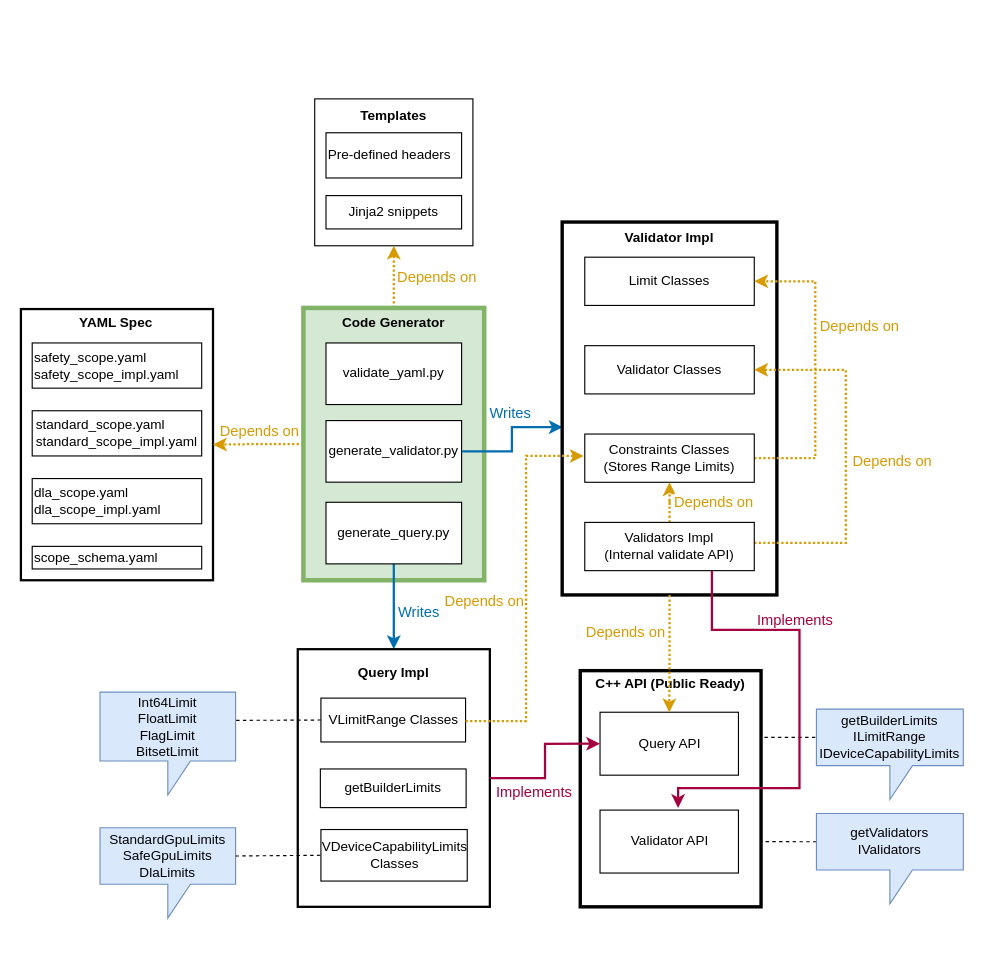
This is codegen.drawio from jzmini/drawio, a draw.io file, before an edit. Source tidied: cells renumbered, new cells numbered last; positions are measured from the earlier drawing's top-left corner, leaving out a move shared by most shapes. Both pictures are drawn from the tidied source at 113%, with x=0, y=0 at pixel (20, 98).
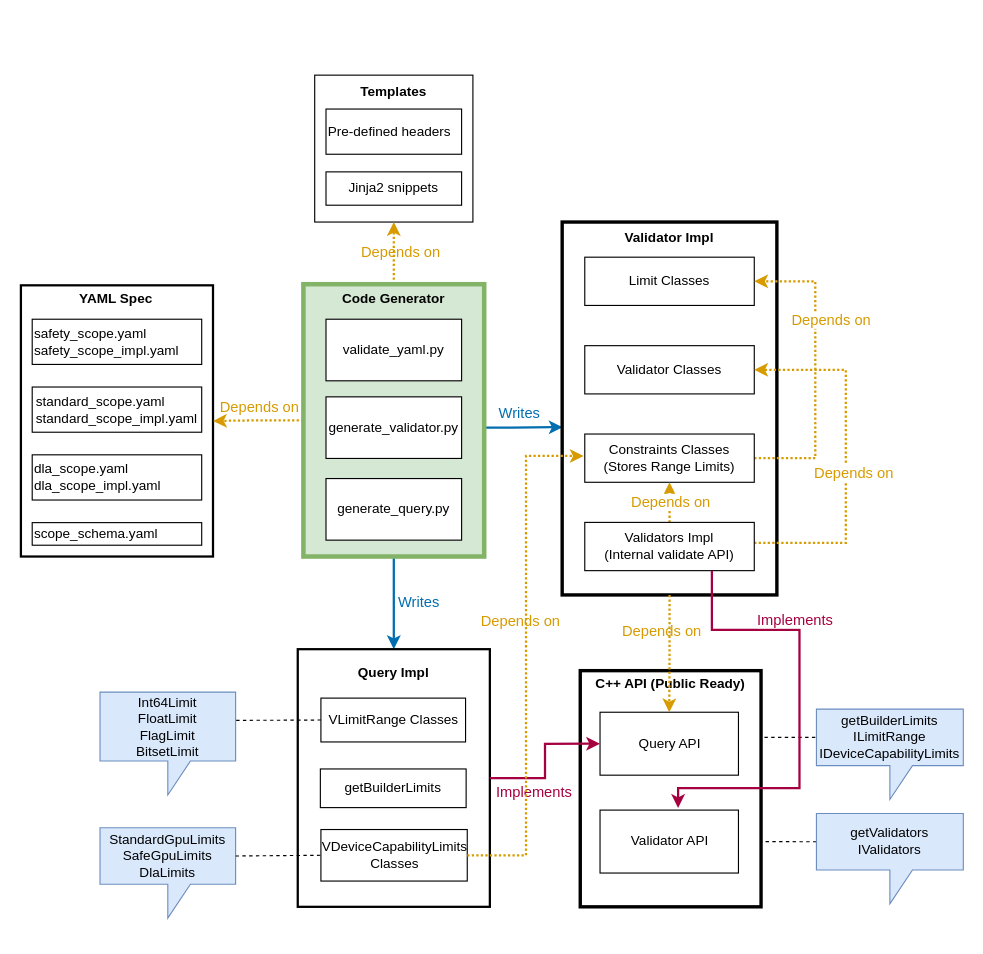
The same diagram, later.

Unchanged cells that the change refers to:
```xml
<mxCell id="15" style="edgeStyle=orthogonalEdgeStyle;rounded=0;jettySize=auto;html=1;entryX=0.5;entryY=1;entryDx=0;entryDy=0;labelBackgroundColor=none;fontColor=default;fillColor=#ffe6cc;strokeColor=#d79b00;strokeWidth=2;dashed=1;dashPattern=1 1;" parent="1" edge="1" source="20" target="4">
  <mxGeometry relative="1" as="geometry" />
</mxCell>
<mxCell id="41" value="VDeviceCapabilityLimits Classes" style="rounded=0;whiteSpace=wrap;html=1;align=center;labelBackgroundColor=none;" parent="38" vertex="1">
  <mxGeometry x="20.5" y="159.6" width="129.5" height="45.6" as="geometry" />
</mxCell>
<mxCell id="52" style="edgeStyle=orthogonalEdgeStyle;rounded=0;jettySize=auto;html=1;entryX=1;entryY=0.5;entryDx=0;entryDy=0;strokeWidth=2;strokeColor=#D79B00;dashed=1;dashPattern=1 1;" parent="1" edge="1" source="54" target="50">
  <mxGeometry relative="1" as="geometry">
    <Array as="points">
      <mxPoint x="703" y="318" />
      <mxPoint x="703" y="162" />
    </Array>
  </mxGeometry>
</mxCell>
<mxCell id="55" style="edgeStyle=orthogonalEdgeStyle;rounded=0;jettySize=auto;html=1;exitX=0.5;exitY=0;exitDx=0;exitDy=0;dashed=1;dashPattern=1 1;strokeWidth=2;strokeColor=#D79B00;" parent="1" edge="1" source="59" target="54">
  <mxGeometry relative="1" as="geometry" />
</mxCell>
<mxCell id="57" style="edgeStyle=orthogonalEdgeStyle;rounded=0;jettySize=auto;html=1;strokeWidth=2;dashed=1;dashPattern=1 1;strokeColor=#D79B00;entryX=1;entryY=0.5;entryDx=0;entryDy=0;" parent="1" edge="1" target="51">
  <mxGeometry relative="1" as="geometry">
    <mxPoint x="648" y="396.1" as="sourcePoint" />
    <Array as="points">
      <mxPoint x="648" y="393" />
      <mxPoint x="730" y="393" />
      <mxPoint x="730" y="240" />
    </Array>
  </mxGeometry>
</mxCell>
<mxCell id="62" style="edgeStyle=orthogonalEdgeStyle;rounded=0;jettySize=auto;html=1;exitX=0.5;exitY=1;exitDx=0;exitDy=0;labelBackgroundColor=none;fontColor=default;fillColor=#ffe6cc;strokeColor=#d79b00;entryX=0.5;entryY=0;entryDx=0;entryDy=0;strokeWidth=2;dashed=1;dashPattern=1 1;" parent="1" edge="1" source="49" target="35">
  <mxGeometry relative="1" as="geometry">
    <Array as="points">
      <mxPoint x="574" y="491" />
    </Array>
  </mxGeometry>
</mxCell>
```

The edit, as a diff of the source:
```diff
@@
     <mxCell id="2" style="group;labelBackgroundColor=none;" parent="1" vertex="1">
-      <mxGeometry x="260" width="140" height="130" as="geometry" />
+      <mxGeometry x="260" y="-13" width="140" height="130" as="geometry" />
     </mxCell>
     <mxCell id="3" style="group;labelBackgroundColor=none;" parent="2" vertex="1">
-      <mxGeometry width="140" height="130" as="geometry" />
+      <mxGeometry y="-8" width="140" height="130" as="geometry" />
     </mxCell>
@@
+    <mxCell id="66" style="group;" parent="3" vertex="1">
+      <mxGeometry x="10" y="30" width="120" height="85.1" as="geometry" />
+    </mxCell>
-    <mxCell id="5" value="Pre-defined headers" style="rounded=0;whiteSpace=wrap;html=1;align=left;labelBackgroundColor=none;" parent="3" vertex="1">
-      <mxGeometry x="10" y="30" width="120" height="40" as="geometry" />
+    <mxCell id="5" value="Pre-defined headers" style="rounded=0;whiteSpace=wrap;html=1;align=left;labelBackgroundColor=none;" parent="66" vertex="1">
+      <mxGeometry width="120" height="40" as="geometry" />
     </mxCell>
-    <mxCell id="6" value="&lt;div style=&quot;text-align: left;&quot;&gt;Jinja2 snippets&lt;br&gt;&lt;/div&gt;" style="rounded=0;whiteSpace=wrap;html=1;labelBackgroundColor=none;" parent="3" vertex="1">
-      <mxGeometry x="10" y="85.6" width="120" height="29.5" as="geometry" />
+    <mxCell id="6" value="&lt;div style=&quot;text-align: left;&quot;&gt;Jinja2 snippets&lt;br&gt;&lt;/div&gt;" style="rounded=0;whiteSpace=wrap;html=1;labelBackgroundColor=none;" parent="66" vertex="1">
+      <mxGeometry y="55.6" width="120" height="29.5" as="geometry" />
     </mxCell>
+    <mxCell id="14" style="group;labelBackgroundColor=none;strokeWidth=3;" parent="3" vertex="1">
+      <mxGeometry x="-4" y="-49" width="140" height="130" as="geometry" />
+    </mxCell>
     <mxCell id="7" style="group;labelBackgroundColor=none;strokeWidth=3;" parent="1" vertex="1">
-      <mxGeometry y="186" width="170" height="240" as="geometry" />
+      <mxGeometry y="165" width="170" height="240" as="geometry" />
     </mxCell>
@@
-    <mxCell id="14" style="group;labelBackgroundColor=none;strokeWidth=3;" parent="1" vertex="1">
-      <mxGeometry x="260" width="140" height="130" as="geometry" />
-    </mxCell>
@@
     <mxCell id="16" value="Depends on" style="edgeLabel;html=1;align=center;verticalAlign=middle;labelBackgroundColor=none;fontSize=13;fontColor=#D79B00;" parent="15" vertex="1">
       <mxGeometry y="-1" relative="1" as="geometry">
-        <mxPoint x="36" as="offset" />
+        <mxPoint x="4" y="-2" as="offset" />
       </mxGeometry>
     </mxCell>
@@
-    <mxCell id="20" value="&lt;div style=&quot;text-align: left;&quot;&gt;&lt;b&gt;&lt;br&gt;&lt;/b&gt;&lt;/div&gt;&lt;div style=&quot;text-align: left;&quot;&gt;&lt;b&gt;Code Generator&lt;/b&gt;&lt;/div&gt;&lt;div style=&quot;text-align: left;&quot;&gt;&lt;b&gt;&lt;br&gt;&lt;/b&gt;&lt;/div&gt;&lt;div style=&quot;text-align: left;&quot;&gt;&lt;b&gt;&lt;br&gt;&lt;/b&gt;&lt;/div&gt;&lt;div style=&quot;text-align: left;&quot;&gt;&lt;b&gt;&lt;br&gt;&lt;/b&gt;&lt;/div&gt;&lt;div style=&quot;text-align: left;&quot;&gt;&lt;b&gt;&lt;br&gt;&lt;/b&gt;&lt;/div&gt;&lt;div style=&quot;text-align: left;&quot;&gt;&lt;b&gt;&lt;br&gt;&lt;/b&gt;&lt;/div&gt;&lt;div style=&quot;text-align: left;&quot;&gt;&lt;b&gt;&lt;br&gt;&lt;/b&gt;&lt;/div&gt;&lt;div style=&quot;text-align: left;&quot;&gt;&lt;b&gt;&lt;br&gt;&lt;/b&gt;&lt;/div&gt;&lt;div style=&quot;text-align: left;&quot;&gt;&lt;b&gt;&lt;br&gt;&lt;/b&gt;&lt;/div&gt;&lt;div style=&quot;text-align: left;&quot;&gt;&lt;b&gt;&lt;br&gt;&lt;/b&gt;&lt;/div&gt;&lt;div style=&quot;text-align: left;&quot;&gt;&lt;b&gt;&lt;br&gt;&lt;/b&gt;&lt;/div&gt;&lt;div style=&quot;text-align: left;&quot;&gt;&lt;b&gt;&lt;br&gt;&lt;/b&gt;&lt;/div&gt;&lt;div style=&quot;text-align: left;&quot;&gt;&lt;b&gt;&lt;br&gt;&lt;/b&gt;&lt;/div&gt;&lt;div style=&quot;text-align: left;&quot;&gt;&lt;b&gt;&lt;br&gt;&lt;/b&gt;&lt;/div&gt;&lt;div style=&quot;text-align: left;&quot;&gt;&lt;b&gt;&lt;br&gt;&lt;/b&gt;&lt;/div&gt;&lt;div style=&quot;text-align: left;&quot;&gt;&lt;b&gt;&lt;br&gt;&lt;/b&gt;&lt;/div&gt;&lt;div&gt;&lt;br&gt;&lt;/div&gt;" style="rounded=0;whiteSpace=wrap;html=1;labelBackgroundColor=none;fillColor=#d5e8d4;strokeColor=#82b366;strokeWidth=4;" parent="1" vertex="1">
-      <mxGeometry x="250" y="185" width="160" height="241" as="geometry" />
-    </mxCell>
-    <mxCell id="21" value="generate_validator.py" style="rounded=0;whiteSpace=wrap;html=1;labelBackgroundColor=none;" parent="1" vertex="1">
-      <mxGeometry x="270" y="284.7" width="120" height="54.5" as="geometry" />
-    </mxCell>
@@
-    <mxCell id="24" value="generate_query.py" style="rounded=0;whiteSpace=wrap;html=1;labelBackgroundColor=none;" parent="1" vertex="1">
-      <mxGeometry x="270" y="357" width="120" height="54.5" as="geometry" />
-    </mxCell>
-    <mxCell id="25" value="validate_yaml.py" style="rounded=0;whiteSpace=wrap;html=1;labelBackgroundColor=none;" parent="1" vertex="1">
-      <mxGeometry x="270" y="216" width="120" height="54.5" as="geometry" />
-    </mxCell>
@@
     <mxCell id="53" value="Depends on" style="edgeLabel;html=1;align=center;verticalAlign=middle;fontSize=13;fontColor=#D79B00;" parent="52" vertex="1">
       <mxGeometry x="0.3" y="-4" relative="1" as="geometry">
-        <mxPoint x="34" as="offset" />
+        <mxPoint x="9" y="-5" as="offset" />
       </mxGeometry>
     </mxCell>
@@
     <mxCell id="56" value="Depends on" style="edgeLabel;html=1;align=center;verticalAlign=middle;fontSize=13;fontColor=#D79B00;" parent="55" vertex="1">
       <mxGeometry x="-0.15" y="1" relative="1" as="geometry">
-        <mxPoint x="39" y="1" as="offset" />
+        <mxPoint x="1" y="1" as="offset" />
       </mxGeometry>
     </mxCell>
@@
     <mxCell id="58" value="Depends on" style="edgeLabel;html=1;align=center;verticalAlign=middle;fontSize=13;fontColor=#D79B00;" parent="57" vertex="1">
       <mxGeometry x="-0.12" relative="1" as="geometry">
-        <mxPoint x="40" y="-19" as="offset" />
+        <mxPoint x="6" y="-8" as="offset" />
       </mxGeometry>
     </mxCell>
@@
     <mxCell id="63" value="Depends on" style="edgeLabel;html=1;align=center;verticalAlign=middle;labelBackgroundColor=none;fontColor=#D79B00;fontSize=13;fontStyle=0;" parent="62" vertex="1">
       <mxGeometry x="-0.34" y="4" relative="1" as="geometry">
-        <mxPoint x="-44" y="-2" as="offset" />
+        <mxPoint x="-12" y="-3" as="offset" />
       </mxGeometry>
     </mxCell>
-    <mxCell id="64" style="edgeStyle=orthogonalEdgeStyle;rounded=0;orthogonalLoop=1;jettySize=auto;html=1;labelBackgroundColor=none;fontColor=default;fillColor=#ffe6cc;strokeColor=#d79b00;strokeWidth=2;dashed=1;dashPattern=1 1;" parent="1" edge="1">
+    <mxCell id="64" style="edgeStyle=orthogonalEdgeStyle;rounded=0;jettySize=auto;html=1;labelBackgroundColor=none;fontColor=default;fillColor=#ffe6cc;strokeColor=#d79b00;strokeWidth=2;dashed=1;dashPattern=1 1;exitX=1;exitY=0.5;exitDx=0;exitDy=0;" parent="1" edge="1" source="41">
       <mxGeometry relative="1" as="geometry">
-        <mxPoint x="393.5" y="550.6" as="sourcePoint" />
         <mxPoint x="498" y="316" as="targetPoint" />
         <Array as="points">
-          <mxPoint x="447" y="551" />
+          <mxPoint x="447" y="669" />
           <mxPoint x="447" y="316" />
-          <mxPoint x="498" y="316" />
         </Array>
       </mxGeometry>
     </mxCell>
     <mxCell id="65" value="Depends on" style="edgeLabel;html=1;align=center;verticalAlign=middle;labelBackgroundColor=none;fontColor=#D79B00;fontSize=13;" parent="64" vertex="1">
       <mxGeometry x="-0.12" y="-1" relative="1" as="geometry">
-        <mxPoint x="-39" y="-12" as="offset" />
+        <mxPoint x="-7" y="-59" as="offset" />
       </mxGeometry>
     </mxCell>
+    <mxCell id="67" style="group;" parent="1" vertex="1">
+      <mxGeometry x="250" y="164" width="160" height="241" as="geometry" />
+    </mxCell>
+    <mxCell id="20" value="&lt;div style=&quot;text-align: left;&quot;&gt;&lt;b&gt;&lt;br&gt;&lt;/b&gt;&lt;/div&gt;&lt;div style=&quot;text-align: left;&quot;&gt;&lt;b&gt;Code Generator&lt;/b&gt;&lt;/div&gt;&lt;div style=&quot;text-align: left;&quot;&gt;&lt;b&gt;&lt;br&gt;&lt;/b&gt;&lt;/div&gt;&lt;div style=&quot;text-align: left;&quot;&gt;&lt;b&gt;&lt;br&gt;&lt;/b&gt;&lt;/div&gt;&lt;div style=&quot;text-align: left;&quot;&gt;&lt;b&gt;&lt;br&gt;&lt;/b&gt;&lt;/div&gt;&lt;div style=&quot;text-align: left;&quot;&gt;&lt;b&gt;&lt;br&gt;&lt;/b&gt;&lt;/div&gt;&lt;div style=&quot;text-align: left;&quot;&gt;&lt;b&gt;&lt;br&gt;&lt;/b&gt;&lt;/div&gt;&lt;div style=&quot;text-align: left;&quot;&gt;&lt;b&gt;&lt;br&gt;&lt;/b&gt;&lt;/div&gt;&lt;div style=&quot;text-align: left;&quot;&gt;&lt;b&gt;&lt;br&gt;&lt;/b&gt;&lt;/div&gt;&lt;div style=&quot;text-align: left;&quot;&gt;&lt;b&gt;&lt;br&gt;&lt;/b&gt;&lt;/div&gt;&lt;div style=&quot;text-align: left;&quot;&gt;&lt;b&gt;&lt;br&gt;&lt;/b&gt;&lt;/div&gt;&lt;div style=&quot;text-align: left;&quot;&gt;&lt;b&gt;&lt;br&gt;&lt;/b&gt;&lt;/div&gt;&lt;div style=&quot;text-align: left;&quot;&gt;&lt;b&gt;&lt;br&gt;&lt;/b&gt;&lt;/div&gt;&lt;div style=&quot;text-align: left;&quot;&gt;&lt;b&gt;&lt;br&gt;&lt;/b&gt;&lt;/div&gt;&lt;div style=&quot;text-align: left;&quot;&gt;&lt;b&gt;&lt;br&gt;&lt;/b&gt;&lt;/div&gt;&lt;div style=&quot;text-align: left;&quot;&gt;&lt;b&gt;&lt;br&gt;&lt;/b&gt;&lt;/div&gt;&lt;div style=&quot;text-align: left;&quot;&gt;&lt;b&gt;&lt;br&gt;&lt;/b&gt;&lt;/div&gt;&lt;div&gt;&lt;br&gt;&lt;/div&gt;" style="rounded=0;whiteSpace=wrap;html=1;labelBackgroundColor=none;fillColor=#d5e8d4;strokeColor=#82b366;strokeWidth=4;" parent="67" vertex="1">
+      <mxGeometry width="160" height="241" as="geometry" />
+    </mxCell>
+    <mxCell id="21" value="generate_validator.py" style="rounded=0;whiteSpace=wrap;html=1;labelBackgroundColor=none;" parent="67" vertex="1">
+      <mxGeometry x="20" y="99.7" width="120" height="54.5" as="geometry" />
+    </mxCell>
+    <mxCell id="24" value="generate_query.py" style="rounded=0;whiteSpace=wrap;html=1;labelBackgroundColor=none;" parent="67" vertex="1">
+      <mxGeometry x="20" y="172" width="120" height="54.5" as="geometry" />
+    </mxCell>
+    <mxCell id="25" value="validate_yaml.py" style="rounded=0;whiteSpace=wrap;html=1;labelBackgroundColor=none;" parent="67" vertex="1">
+      <mxGeometry x="20" y="31" width="120" height="54.5" as="geometry" />
+    </mxCell>
```
